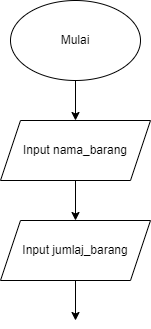
Above: flowchart.drawio.png in muhsupriazis/muhammad_supri-sistem-kasir (draw.io), before the change. Source tidied: cells renumbered, new cells last; positions are measured from the earlier drawing's top-left corner, leaving out a move shared by most shapes. Its diagram source:
```xml
<mxGraphModel>
  <root>
    <mxCell id="0" />
    <mxCell id="1" parent="0" />
    <mxCell id="2" style="edgeStyle=none;html=1;exitX=0.5;exitY=1;exitDx=0;exitDy=0;" parent="1" edge="1" source="3">
      <mxGeometry relative="1" as="geometry">
        <mxPoint x="75" y="120" as="targetPoint" />
      </mxGeometry>
    </mxCell>
    <mxCell id="3" value="Mulai" style="ellipse;whiteSpace=wrap;html=1;" parent="1" vertex="1">
      <mxGeometry x="10" width="130" height="80" as="geometry" />
    </mxCell>
    <mxCell id="4" style="edgeStyle=none;html=1;exitX=0.5;exitY=1;exitDx=0;exitDy=0;" parent="1" edge="1" source="5">
      <mxGeometry relative="1" as="geometry">
        <mxPoint x="75" y="220" as="targetPoint" />
      </mxGeometry>
    </mxCell>
    <mxCell id="5" value="Input nama_barang" style="shape=parallelogram;perimeter=parallelogramPerimeter;whiteSpace=wrap;html=1;fixedSize=1;" parent="1" vertex="1">
      <mxGeometry y="120" width="150" height="60" as="geometry" />
    </mxCell>
    <mxCell id="6" style="edgeStyle=none;html=1;exitX=0.5;exitY=1;exitDx=0;exitDy=0;" parent="1" edge="1" source="7">
      <mxGeometry relative="1" as="geometry">
        <mxPoint x="75" y="320" as="targetPoint" />
      </mxGeometry>
    </mxCell>
    <mxCell id="7" value="Input jumlaj_barang" style="shape=parallelogram;perimeter=parallelogramPerimeter;whiteSpace=wrap;html=1;fixedSize=1;" parent="1" vertex="1">
      <mxGeometry y="220" width="150" height="60" as="geometry" />
    </mxCell>
  </root>
</mxGraphModel>
```
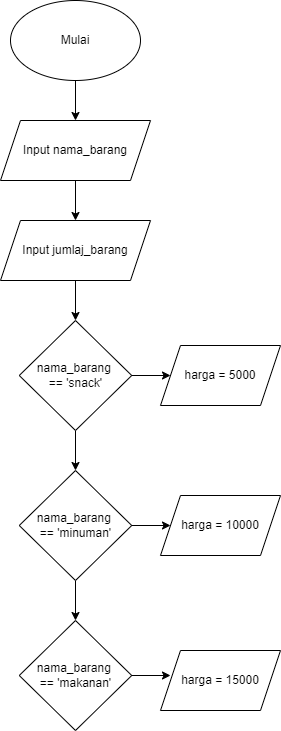
The same diagram one commit later.

Commit message:
menentukan harga barang

What changed in the source:
```diff
@@ -26,5 +26,48 @@
     <mxCell id="7" value="Input jumlaj_barang" style="shape=parallelogram;perimeter=parallelogramPerimeter;whiteSpace=wrap;html=1;fixedSize=1;" parent="1" vertex="1">
       <mxGeometry y="220" width="150" height="60" as="geometry" />
     </mxCell>
+    <mxCell id="8" style="edgeStyle=none;html=1;exitX=1;exitY=0.5;exitDx=0;exitDy=0;" parent="1" edge="1" source="10">
+      <mxGeometry relative="1" as="geometry">
+        <mxPoint x="170" y="375" as="targetPoint" />
+      </mxGeometry>
+    </mxCell>
+    <mxCell id="9" style="edgeStyle=none;html=1;exitX=0.5;exitY=1;exitDx=0;exitDy=0;" parent="1" edge="1" source="10">
+      <mxGeometry relative="1" as="geometry">
+        <mxPoint x="75" y="470" as="targetPoint" />
+      </mxGeometry>
+    </mxCell>
+    <mxCell id="10" value="nama_barang &lt;br&gt;== 'snack'" style="rhombus;whiteSpace=wrap;html=1;" parent="1" vertex="1">
+      <mxGeometry x="18.8" y="320" width="112.5" height="110" as="geometry" />
+    </mxCell>
+    <mxCell id="11" value="harga = 5000" style="shape=parallelogram;perimeter=parallelogramPerimeter;whiteSpace=wrap;html=1;fixedSize=1;" parent="1" vertex="1">
+      <mxGeometry x="160" y="345" width="120" height="60" as="geometry" />
+    </mxCell>
+    <mxCell id="12" style="edgeStyle=none;html=1;exitX=1;exitY=0.5;exitDx=0;exitDy=0;" parent="1" edge="1" source="14">
+      <mxGeometry relative="1" as="geometry">
+        <mxPoint x="170" y="525" as="targetPoint" />
+      </mxGeometry>
+    </mxCell>
+    <mxCell id="13" style="edgeStyle=none;html=1;exitX=0.5;exitY=1;exitDx=0;exitDy=0;" parent="1" edge="1" source="14">
+      <mxGeometry relative="1" as="geometry">
+        <mxPoint x="75" y="620" as="targetPoint" />
+      </mxGeometry>
+    </mxCell>
+    <mxCell id="14" value="nama_barang &lt;br&gt;== 'minuman'" style="rhombus;whiteSpace=wrap;html=1;" parent="1" vertex="1">
+      <mxGeometry x="18.8" y="470" width="112.5" height="110" as="geometry" />
+    </mxCell>
+    <mxCell id="15" value="harga = 10000" style="shape=parallelogram;perimeter=parallelogramPerimeter;whiteSpace=wrap;html=1;fixedSize=1;" parent="1" vertex="1">
+      <mxGeometry x="160" y="495" width="120" height="60" as="geometry" />
+    </mxCell>
+    <mxCell id="16" style="edgeStyle=none;html=1;exitX=1;exitY=0.5;exitDx=0;exitDy=0;" parent="1" edge="1" source="17">
+      <mxGeometry relative="1" as="geometry">
+        <mxPoint x="170" y="675" as="targetPoint" />
+      </mxGeometry>
+    </mxCell>
+    <mxCell id="17" value="nama_barang &lt;br&gt;== 'makanan'" style="rhombus;whiteSpace=wrap;html=1;" parent="1" vertex="1">
+      <mxGeometry x="18.8" y="620" width="112.5" height="110" as="geometry" />
+    </mxCell>
+    <mxCell id="18" value="harga = 15000" style="shape=parallelogram;perimeter=parallelogramPerimeter;whiteSpace=wrap;html=1;fixedSize=1;" parent="1" vertex="1">
+      <mxGeometry x="160" y="650" width="120" height="60" as="geometry" />
+    </mxCell>
   </root>
 </mxGraphModel>
```
